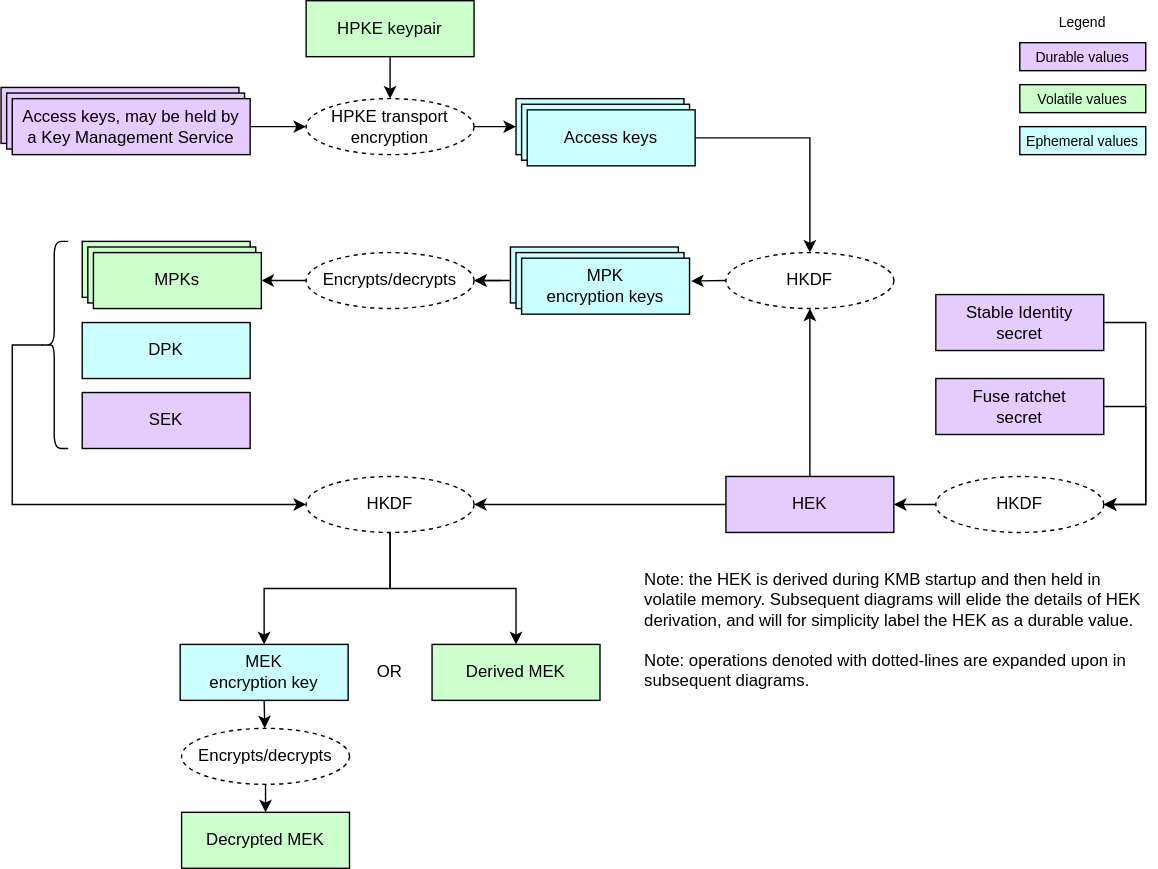
Before: doc/ocp_lock/diagrams/key_hierarchy.drawio.svg, a diagram exported from draw.io (chipsalliance/Caliptra). Source tidied: cells renumbered, new cells last; positions are measured from the earlier drawing's top-left corner, leaving out a move shared by most shapes.
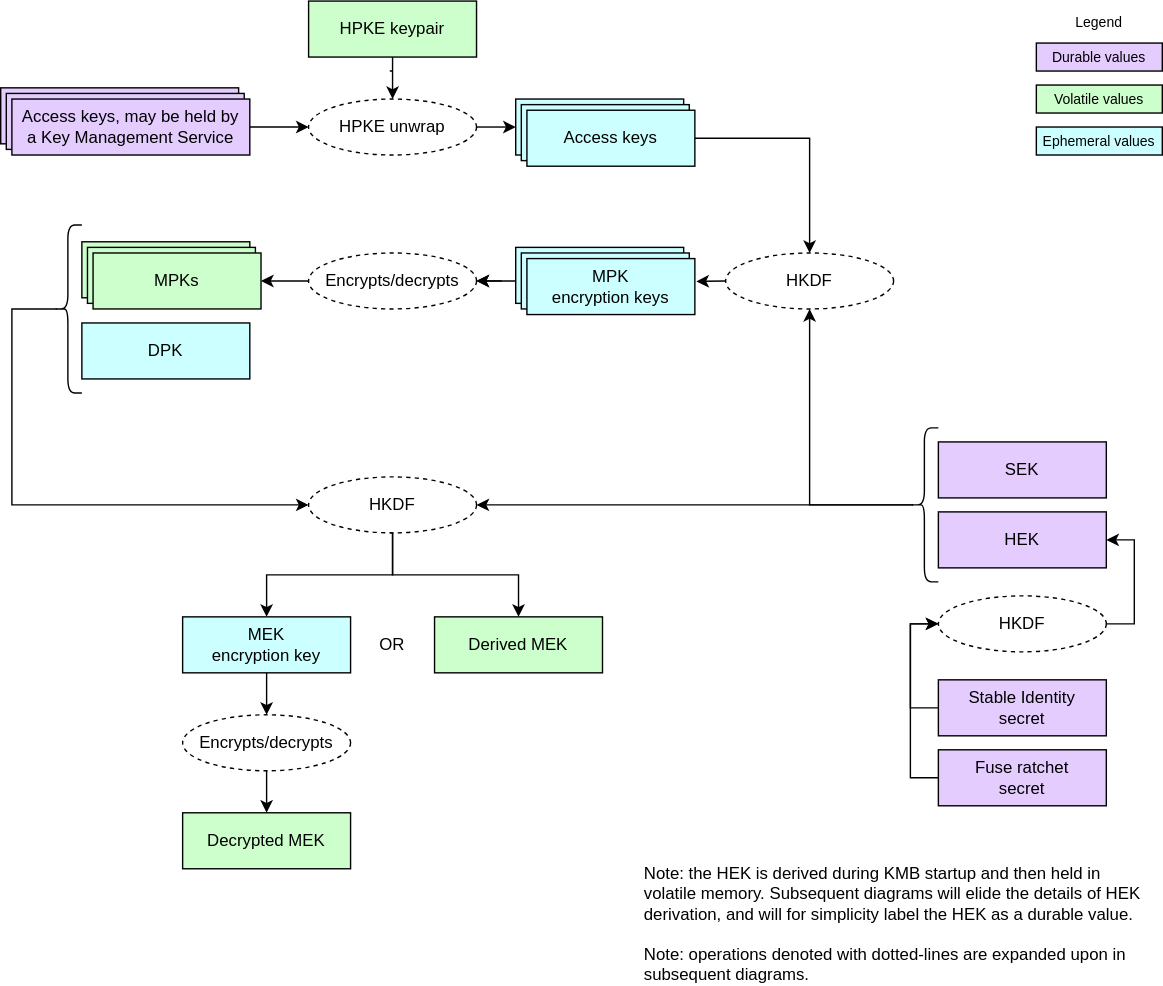
The same file after the commit.

The edit, as a diff of the source:
```diff
@@ -6,7 +6,7 @@
       <mxGeometry relative="1" as="geometry" />
     </mxCell>
     <mxCell id="3" style="rounded=0;whiteSpace=wrap;html=1;align=center;verticalAlign=middle;shadow=0;glass=0;spacingLeft=0;spacingBottom=0;spacingTop=0;fillColor=#CCFFFF;" parent="1" vertex="1">
-      <mxGeometry x="364" y="176" width="120" height="40" as="geometry" />
+      <mxGeometry x="368" y="176" width="120" height="40" as="geometry" />
     </mxCell>
     <mxCell id="4" value="&lt;div&gt;&lt;font color=&quot;#000000&quot;&gt;Access keys, may be held by Key Management Service&lt;/font&gt;&lt;/div&gt;" style="rounded=0;whiteSpace=wrap;html=1;align=center;verticalAlign=middle;shadow=0;glass=0;spacingLeft=0;spacingBottom=0;spacingTop=0;fillColor=#E5CCFF;" parent="1" vertex="1">
       <mxGeometry y="62" width="170" height="40" as="geometry" />
@@ -14,8 +14,8 @@
     <mxCell id="5" value="&lt;div&gt;&lt;font color=&quot;#000000&quot;&gt;Access keys, may be held by Key Management Service&lt;/font&gt;&lt;/div&gt;" style="rounded=0;whiteSpace=wrap;html=1;align=center;verticalAlign=middle;shadow=0;glass=0;spacingLeft=0;spacingBottom=0;spacingTop=0;fillColor=#E5CCFF;" parent="1" vertex="1">
       <mxGeometry x="4" y="66" width="170" height="40" as="geometry" />
     </mxCell>
-    <mxCell id="6" value="HEK" style="rounded=0;whiteSpace=wrap;html=1;align=center;verticalAlign=middle;shadow=0;glass=0;spacingLeft=0;spacingBottom=0;spacingTop=0;fillColor=#E5CCFF;" parent="1" vertex="1">
-      <mxGeometry x="518" y="340" width="120" height="40" as="geometry" />
+    <mxCell id="6" value="SEK" style="rounded=0;whiteSpace=wrap;html=1;align=center;verticalAlign=middle;shadow=0;glass=0;spacingLeft=0;spacingBottom=0;spacingTop=0;fillColor=#E5CCFF;" parent="1" vertex="1">
+      <mxGeometry x="670" y="315" width="120" height="40" as="geometry" />
     </mxCell>
     <mxCell id="7" style="edgeStyle=none;html=1;endSize=6;startSize=6;" parent="1" edge="1" target="11">
       <mxGeometry relative="1" as="geometry">
@@ -23,7 +23,7 @@
       </mxGeometry>
     </mxCell>
     <mxCell id="8" style="rounded=0;whiteSpace=wrap;html=1;align=center;verticalAlign=middle;shadow=0;glass=0;spacingLeft=0;spacingBottom=0;spacingTop=0;fillColor=#CCFFFF;" parent="1" vertex="1">
-      <mxGeometry x="368" y="180" width="120" height="40" as="geometry" />
+      <mxGeometry x="372" y="180" width="120" height="40" as="geometry" />
     </mxCell>
     <mxCell id="9" value="&lt;div&gt;&lt;font color=&quot;#000000&quot;&gt;Access keys&lt;/font&gt;&lt;/div&gt;" style="rounded=0;whiteSpace=wrap;html=1;align=center;verticalAlign=middle;shadow=0;glass=0;spacingLeft=0;spacingBottom=0;spacingTop=0;fillColor=#CCFFFF;" parent="1" vertex="1">
       <mxGeometry x="368" y="70" width="120" height="40" as="geometry" />
@@ -32,9 +32,9 @@
       <mxGeometry x="518" y="180" width="120" height="40" as="geometry" />
     </mxCell>
     <mxCell id="11" value="Encrypts/decrypts" style="ellipse;whiteSpace=wrap;html=1;fillColor=#FFFFFF;dashed=1;" parent="1" vertex="1">
-      <mxGeometry x="218" y="180" width="120" height="40" as="geometry" />
+      <mxGeometry x="220" y="180" width="120" height="40" as="geometry" />
     </mxCell>
-    <mxCell id="12" style="endArrow=classic;html=1;endSize=6;startSize=6;" parent="1" edge="1" source="6" target="10">
+    <mxCell id="12" style="endArrow=classic;html=1;endSize=6;startSize=6;exitX=0.1;exitY=0.5;exitDx=0;exitDy=0;exitPerimeter=0;edgeStyle=orthogonalEdgeStyle;rounded=0;curved=0;" parent="1" edge="1" source="55" target="10">
       <mxGeometry relative="1" as="geometry" />
     </mxCell>
     <mxCell id="13" style="endArrow=classic;html=1;exitX=0;exitY=0.5;exitDx=0;exitDy=0;entryX=1.009;entryY=0.408;entryDx=0;entryDy=0;entryPerimeter=0;endSize=6;startSize=6;" parent="1" edge="1" source="10" target="38">
@@ -47,10 +47,10 @@
       <mxGeometry relative="1" as="geometry" />
     </mxCell>
     <mxCell id="16" value="&lt;div&gt;&lt;font color=&quot;#000000&quot;&gt;HPKE keypair&lt;/font&gt;&lt;/div&gt;" style="rounded=0;whiteSpace=wrap;html=1;align=center;verticalAlign=middle;shadow=0;glass=0;spacingLeft=0;spacingBottom=0;spacingTop=0;fillColor=#CCFFCC;" parent="1" vertex="1">
-      <mxGeometry x="218" width="120" height="40" as="geometry" />
+      <mxGeometry x="220" width="120" height="40" as="geometry" />
     </mxCell>
-    <mxCell id="17" value="HPKE transport encryption" style="ellipse;whiteSpace=wrap;html=1;fillColor=#FFFFFF;dashed=1;" parent="1" vertex="1">
-      <mxGeometry x="218" y="70" width="120" height="40" as="geometry" />
+    <mxCell id="17" value="HPKE unwrap" style="ellipse;whiteSpace=wrap;html=1;fillColor=#FFFFFF;dashed=1;" parent="1" vertex="1">
+      <mxGeometry x="220" y="70" width="120" height="40" as="geometry" />
     </mxCell>
     <mxCell id="18" style="edgeStyle=segmentEdgeStyle;endArrow=classic;html=1;curved=0;rounded=0;endSize=6;startSize=6;exitX=0.5;exitY=1;exitDx=0;exitDy=0;entryX=0.5;entryY=0;entryDx=0;entryDy=0;" parent="1" edge="1" source="16" target="17">
       <mxGeometry relative="1" as="geometry">
@@ -70,16 +70,16 @@
       <mxGeometry x="8" y="70" width="170" height="40" as="geometry" />
     </mxCell>
     <mxCell id="22" value="&lt;div&gt;&lt;font color=&quot;#000000&quot;&gt;Durable values&lt;/font&gt;&lt;/div&gt;" style="rounded=0;whiteSpace=wrap;html=1;align=center;verticalAlign=middle;shadow=0;glass=0;spacingLeft=0;spacingBottom=0;spacingTop=0;fillColor=#E5CCFF;fontSize=10;" parent="1" vertex="1">
-      <mxGeometry x="728" y="30" width="90" height="20" as="geometry" />
+      <mxGeometry x="740" y="30" width="90" height="20" as="geometry" />
     </mxCell>
     <mxCell id="23" value="&lt;div&gt;&lt;font color=&quot;#000000&quot;&gt;Volatile values&lt;/font&gt;&lt;/div&gt;" style="rounded=0;whiteSpace=wrap;html=1;align=center;verticalAlign=middle;shadow=0;glass=0;spacingLeft=0;spacingBottom=0;spacingTop=0;fillColor=#CCFFCC;fontSize=10;" parent="1" vertex="1">
-      <mxGeometry x="728" y="60" width="90" height="20" as="geometry" />
+      <mxGeometry x="740" y="60" width="90" height="20" as="geometry" />
     </mxCell>
     <mxCell id="24" value="Legend" style="text;strokeColor=none;align=center;fillColor=none;html=1;verticalAlign=middle;whiteSpace=wrap;rounded=0;fontSize=10;" parent="1" vertex="1">
-      <mxGeometry x="743" width="60" height="30" as="geometry" />
+      <mxGeometry x="755" width="60" height="30" as="geometry" />
     </mxCell>
     <mxCell id="25" value="&lt;div&gt;&lt;font color=&quot;#000000&quot;&gt;Ephemeral values&lt;/font&gt;&lt;/div&gt;" style="rounded=0;whiteSpace=wrap;html=1;align=center;verticalAlign=middle;shadow=0;glass=0;spacingLeft=0;spacingBottom=0;spacingTop=0;fillColor=#CCFFFF;fontSize=10;" parent="1" vertex="1">
-      <mxGeometry x="728" y="90" width="90" height="20" as="geometry" />
+      <mxGeometry x="740" y="90" width="90" height="20" as="geometry" />
     </mxCell>
     <mxCell id="26" style="rounded=0;whiteSpace=wrap;html=1;align=center;verticalAlign=middle;shadow=0;glass=0;spacingLeft=0;spacingBottom=0;spacingTop=0;fillColor=#CCFFCC;" parent="1" vertex="1">
       <mxGeometry x="58" y="172" width="120" height="40" as="geometry" />
@@ -91,35 +91,27 @@
       <mxGeometry x="66" y="180" width="120" height="40" as="geometry" />
     </mxCell>
     <mxCell id="29" value="HKDF" style="ellipse;whiteSpace=wrap;html=1;fillColor=#FFFFFF;dashed=1;" parent="1" vertex="1">
-      <mxGeometry x="218" y="340" width="120" height="40" as="geometry" />
+      <mxGeometry x="220" y="340" width="120" height="40" as="geometry" />
     </mxCell>
     <mxCell id="30" value="&lt;div&gt;&lt;font color=&quot;#000000&quot;&gt;DPK&lt;/font&gt;&lt;/div&gt;" style="rounded=0;whiteSpace=wrap;html=1;align=center;verticalAlign=middle;shadow=0;glass=0;spacingLeft=0;spacingBottom=0;spacingTop=0;fillColor=#CCFFFF;" parent="1" vertex="1">
       <mxGeometry x="58" y="230" width="120" height="40" as="geometry" />
     </mxCell>
-    <mxCell id="31" value="&lt;div&gt;&lt;font color=&quot;#000000&quot;&gt;SEK&lt;/font&gt;&lt;/div&gt;" style="rounded=0;whiteSpace=wrap;html=1;align=center;verticalAlign=middle;shadow=0;glass=0;spacingLeft=0;spacingBottom=0;spacingTop=0;fillColor=#E5CCFF;" parent="1" vertex="1">
-      <mxGeometry x="58" y="280" width="120" height="40" as="geometry" />
-    </mxCell>
     <mxCell id="32" value="&lt;div&gt;&lt;font color=&quot;#000000&quot;&gt;MEK&lt;/font&gt;&lt;/div&gt;&lt;div&gt;&lt;font color=&quot;#000000&quot;&gt;encryption key&lt;/font&gt;&lt;/div&gt;" style="rounded=0;whiteSpace=wrap;html=1;align=center;verticalAlign=middle;shadow=0;glass=0;spacingLeft=0;spacingBottom=0;spacingTop=0;fillColor=#CCFFFF;" parent="1" vertex="1">
-      <mxGeometry x="128" y="460" width="120" height="40" as="geometry" />
+      <mxGeometry x="130" y="440" width="120" height="40" as="geometry" />
     </mxCell>
     <mxCell id="33" style="shape=curlyBracket;whiteSpace=wrap;html=1;rounded=1;labelPosition=left;verticalLabelPosition=middle;align=right;verticalAlign=middle;" parent="1" vertex="1">
-      <mxGeometry x="28" y="172" width="20" height="148" as="geometry" />
+      <mxGeometry x="38" y="160" width="20" height="120" as="geometry" />
     </mxCell>
     <mxCell id="34" style="edgeStyle=segmentEdgeStyle;endArrow=classic;html=1;curved=0;rounded=0;endSize=6;startSize=6;entryX=0;entryY=0.5;entryDx=0;entryDy=0;exitX=0.1;exitY=0.5;exitDx=0;exitDy=0;exitPerimeter=0;" parent="1" edge="1" source="33" target="29">
       <mxGeometry relative="1" as="geometry">
         <Array as="points">
-          <mxPoint x="8" y="246" />
+          <mxPoint x="8" y="220" />
           <mxPoint x="8" y="360" />
         </Array>
       </mxGeometry>
     </mxCell>
-    <mxCell id="35" style="edgeStyle=segmentEdgeStyle;endArrow=classic;html=1;curved=0;rounded=0;endSize=6;startSize=6;exitX=0.5;exitY=1;exitDx=0;exitDy=0;entryX=0.5;entryY=0;entryDx=0;entryDy=0;" parent="1" edge="1" source="29" target="32">
-      <mxGeometry relative="1" as="geometry">
-        <Array as="points">
-          <mxPoint x="278" y="420" />
-          <mxPoint x="188" y="420" />
-        </Array>
-      </mxGeometry>
+    <mxCell id="35" style="edgeStyle=orthogonalEdgeStyle;endArrow=classic;html=1;rounded=0;endSize=6;startSize=6;exitX=0.5;exitY=1;exitDx=0;exitDy=0;entryX=0.5;entryY=0;entryDx=0;entryDy=0;" parent="1" edge="1" source="29" target="32">
+      <mxGeometry relative="1" as="geometry" />
     </mxCell>
     <mxCell id="36" value="&lt;div&gt;&lt;font color=&quot;#000000&quot;&gt;Access keys&lt;/font&gt;&lt;/div&gt;" style="rounded=0;whiteSpace=wrap;html=1;align=center;verticalAlign=middle;shadow=0;glass=0;spacingLeft=0;spacingBottom=0;spacingTop=0;fillColor=#CCFFFF;" parent="1" vertex="1">
       <mxGeometry x="372" y="74" width="120" height="40" as="geometry" />
@@ -128,68 +120,80 @@
       <mxGeometry x="376" y="78" width="120" height="40" as="geometry" />
     </mxCell>
     <mxCell id="38" value="&lt;div&gt;&lt;font color=&quot;#000000&quot;&gt;MPK&lt;/font&gt;&lt;/div&gt;&lt;div&gt;&lt;font color=&quot;#000000&quot;&gt;encryption keys&lt;/font&gt;&lt;/div&gt;" style="rounded=0;whiteSpace=wrap;html=1;align=center;verticalAlign=middle;shadow=0;glass=0;spacingLeft=0;spacingBottom=0;spacingTop=0;fillColor=#CCFFFF;" parent="1" vertex="1">
-      <mxGeometry x="372" y="184" width="120" height="40" as="geometry" />
+      <mxGeometry x="376" y="184" width="120" height="40" as="geometry" />
     </mxCell>
-    <mxCell id="39" style="endArrow=classic;html=1;endSize=6;startSize=6;entryX=1;entryY=0.5;entryDx=0;entryDy=0;exitX=0;exitY=0.5;exitDx=0;exitDy=0;" parent="1" edge="1" source="6" target="29">
+    <mxCell id="39" style="endArrow=classic;html=1;endSize=6;startSize=6;entryX=1;entryY=0.5;entryDx=0;entryDy=0;exitX=0.1;exitY=0.5;exitDx=0;exitDy=0;exitPerimeter=0;" parent="1" edge="1" source="55" target="29">
       <mxGeometry relative="1" as="geometry" />
     </mxCell>
     <mxCell id="40" value="&lt;div&gt;&lt;font color=&quot;#000000&quot;&gt;Stable Identity&lt;/font&gt;&lt;/div&gt;&lt;div&gt;&lt;font color=&quot;#000000&quot;&gt;secret&lt;/font&gt;&lt;/div&gt;" style="rounded=0;whiteSpace=wrap;html=1;align=center;verticalAlign=middle;shadow=0;glass=0;spacingLeft=0;spacingBottom=0;spacingTop=0;fillColor=#E5CCFF;" parent="1" vertex="1">
-      <mxGeometry x="668" y="210" width="120" height="40" as="geometry" />
+      <mxGeometry x="670" y="485" width="120" height="40" as="geometry" />
     </mxCell>
     <mxCell id="41" value="&lt;div&gt;&lt;font color=&quot;#000000&quot;&gt;Fuse ratchet&lt;/font&gt;&lt;/div&gt;&lt;div&gt;&lt;font color=&quot;#000000&quot;&gt;secret&lt;/font&gt;&lt;/div&gt;" style="rounded=0;whiteSpace=wrap;html=1;align=center;verticalAlign=middle;shadow=0;glass=0;spacingLeft=0;spacingBottom=0;spacingTop=0;fillColor=#E5CCFF;" parent="1" vertex="1">
-      <mxGeometry x="668" y="270" width="120" height="40" as="geometry" />
+      <mxGeometry x="670" y="535" width="120" height="40" as="geometry" />
     </mxCell>
     <mxCell id="42" value="HKDF" style="ellipse;whiteSpace=wrap;html=1;fillColor=#FFFFFF;dashed=1;" parent="1" vertex="1">
-      <mxGeometry x="668" y="340" width="120" height="40" as="geometry" />
+      <mxGeometry x="670" y="425" width="120" height="40" as="geometry" />
     </mxCell>
-    <mxCell id="43" style="edgeStyle=segmentEdgeStyle;endArrow=classic;html=1;curved=0;rounded=0;endSize=6;startSize=6;entryX=1;entryY=0.5;entryDx=0;entryDy=0;exitX=1;exitY=0.5;exitDx=0;exitDy=0;" parent="1" edge="1" source="40" target="42">
+    <mxCell id="43" style="edgeStyle=orthogonalEdgeStyle;endArrow=classic;html=1;rounded=0;endSize=6;startSize=6;entryX=0;entryY=0.5;entryDx=0;entryDy=0;exitX=0;exitY=0.5;exitDx=0;exitDy=0;" parent="1" edge="1" source="40" target="42">
       <mxGeometry relative="1" as="geometry">
         <Array as="points">
-          <mxPoint x="818" y="230" />
-          <mxPoint x="818" y="360" />
+          <mxPoint x="650" y="505" />
+          <mxPoint x="650" y="445" />
         </Array>
       </mxGeometry>
     </mxCell>
-    <mxCell id="44" style="endArrow=classic;html=1;endSize=6;startSize=6;entryX=1;entryY=0.5;entryDx=0;entryDy=0;exitX=0;exitY=0.5;exitDx=0;exitDy=0;" parent="1" edge="1" source="42" target="6">
-      <mxGeometry relative="1" as="geometry" />
+    <mxCell id="44" style="endArrow=classic;html=1;endSize=6;startSize=6;entryX=1;entryY=0.5;entryDx=0;entryDy=0;exitX=1;exitY=0.5;exitDx=0;exitDy=0;edgeStyle=orthogonalEdgeStyle;rounded=0;" parent="1" edge="1" source="42" target="54">
+      <mxGeometry relative="1" as="geometry">
+        <Array as="points">
+          <mxPoint x="810" y="445" />
+          <mxPoint x="810" y="385" />
+        </Array>
+      </mxGeometry>
     </mxCell>
-    <mxCell id="45" style="edgeStyle=segmentEdgeStyle;endArrow=classic;html=1;curved=0;rounded=0;endSize=6;startSize=6;exitX=1;exitY=0.5;exitDx=0;exitDy=0;entryX=1;entryY=0.5;entryDx=0;entryDy=0;" parent="1" edge="1" source="41" target="42">
+    <mxCell id="45" style="edgeStyle=orthogonalEdgeStyle;endArrow=classic;html=1;rounded=0;endSize=6;startSize=6;exitX=0;exitY=0.5;exitDx=0;exitDy=0;entryX=0;entryY=0.5;entryDx=0;entryDy=0;" parent="1" edge="1" source="41" target="42">
       <mxGeometry relative="1" as="geometry">
         <Array as="points">
-          <mxPoint x="818" y="290" />
-          <mxPoint x="818" y="360" />
+          <mxPoint x="650" y="555" />
+          <mxPoint x="650" y="445" />
         </Array>
       </mxGeometry>
     </mxCell>
     <mxCell id="46" value="Note: the HEK is derived during KMB startup and then held in volatile memory.&amp;nbsp;&lt;span style=&quot;background-color: transparent;&quot;&gt;Subsequent diagrams will elide the details of HEK derivation, and will for simplicity label the HEK as a durable value.&lt;/span&gt;&lt;div&gt;&lt;span style=&quot;background-color: transparent;&quot;&gt;&lt;br&gt;&lt;/span&gt;&lt;/div&gt;&lt;div&gt;&lt;span style=&quot;color: rgb(0, 0, 0);&quot;&gt;Note: operations denoted with dotted-lines are expanded upon in subsequent diagrams.&lt;/span&gt;&lt;span style=&quot;background-color: transparent;&quot;&gt;&lt;/span&gt;&lt;/div&gt;" style="text;strokeColor=none;align=left;fillColor=none;html=1;verticalAlign=top;whiteSpace=wrap;rounded=0;" parent="1" vertex="1">
-      <mxGeometry x="458" y="400" width="360" height="60" as="geometry" />
+      <mxGeometry x="458" y="610" width="360" height="60" as="geometry" />
     </mxCell>
     <mxCell id="47" value="&lt;div&gt;&lt;font color=&quot;#000000&quot;&gt;Derived MEK&lt;/font&gt;&lt;/div&gt;" style="rounded=0;whiteSpace=wrap;html=1;align=center;verticalAlign=middle;shadow=0;glass=0;spacingLeft=0;spacingBottom=0;spacingTop=0;fillColor=#CCFFCC;" parent="1" vertex="1">
-      <mxGeometry x="308" y="460" width="120" height="40" as="geometry" />
+      <mxGeometry x="310" y="440" width="120" height="40" as="geometry" />
     </mxCell>
     <mxCell id="48" value="OR" style="text;strokeColor=none;align=center;fillColor=none;html=1;verticalAlign=middle;whiteSpace=wrap;rounded=0;" parent="1" vertex="1">
-      <mxGeometry x="248" y="465" width="60" height="30" as="geometry" />
+      <mxGeometry x="255" y="445" width="50" height="30" as="geometry" />
     </mxCell>
     <mxCell id="49" style="edgeStyle=segmentEdgeStyle;endArrow=classic;html=1;curved=0;rounded=0;endSize=6;startSize=6;entryX=0.5;entryY=0;entryDx=0;entryDy=0;" parent="1" edge="1" target="47">
       <mxGeometry relative="1" as="geometry">
         <mxPoint x="278" y="380" as="sourcePoint" />
         <Array as="points">
-          <mxPoint x="278" y="420" />
-          <mxPoint x="368" y="420" />
+          <mxPoint x="280" y="380" />
+          <mxPoint x="280" y="410" />
+          <mxPoint x="370" y="410" />
         </Array>
       </mxGeometry>
     </mxCell>
     <mxCell id="50" value="Decrypted MEK" style="rounded=0;whiteSpace=wrap;html=1;align=center;verticalAlign=middle;shadow=0;glass=0;spacingLeft=0;spacingBottom=0;spacingTop=0;fillColor=#CCFFCC;" parent="1" vertex="1">
-      <mxGeometry x="129" y="580" width="120" height="40" as="geometry" />
+      <mxGeometry x="130" y="580" width="120" height="40" as="geometry" />
     </mxCell>
     <mxCell id="51" style="edgeStyle=none;html=1;endSize=6;startSize=6;exitX=0.5;exitY=1;exitDx=0;exitDy=0;" parent="1" edge="1" source="32" target="52">
       <mxGeometry relative="1" as="geometry" />
     </mxCell>
     <mxCell id="52" value="Encrypts/decrypts" style="ellipse;whiteSpace=wrap;html=1;fillColor=#FFFFFF;dashed=1;" parent="1" vertex="1">
-      <mxGeometry x="129" y="520" width="120" height="40" as="geometry" />
+      <mxGeometry x="130" y="510" width="120" height="40" as="geometry" />
     </mxCell>
     <mxCell id="53" style="endArrow=classic;html=1;exitX=0.5;exitY=1;exitDx=0;exitDy=0;entryX=0.5;entryY=0;entryDx=0;entryDy=0;endSize=6;startSize=6;" parent="1" edge="1" source="52" target="50">
       <mxGeometry relative="1" as="geometry" />
     </mxCell>
+    <mxCell id="54" value="&lt;div&gt;&lt;font color=&quot;#000000&quot;&gt;HEK&lt;/font&gt;&lt;/div&gt;" style="rounded=0;whiteSpace=wrap;html=1;align=center;verticalAlign=middle;shadow=0;glass=0;spacingLeft=0;spacingBottom=0;spacingTop=0;fillColor=#E5CCFF;" parent="1" vertex="1">
+      <mxGeometry x="670" y="365" width="120" height="40" as="geometry" />
+    </mxCell>
+    <mxCell id="55" style="shape=curlyBracket;whiteSpace=wrap;html=1;rounded=1;labelPosition=left;verticalLabelPosition=middle;align=right;verticalAlign=middle;" parent="1" vertex="1">
+      <mxGeometry x="650" y="305" width="20" height="110" as="geometry" />
+    </mxCell>
   </root>
 </mxGraphModel>
```
